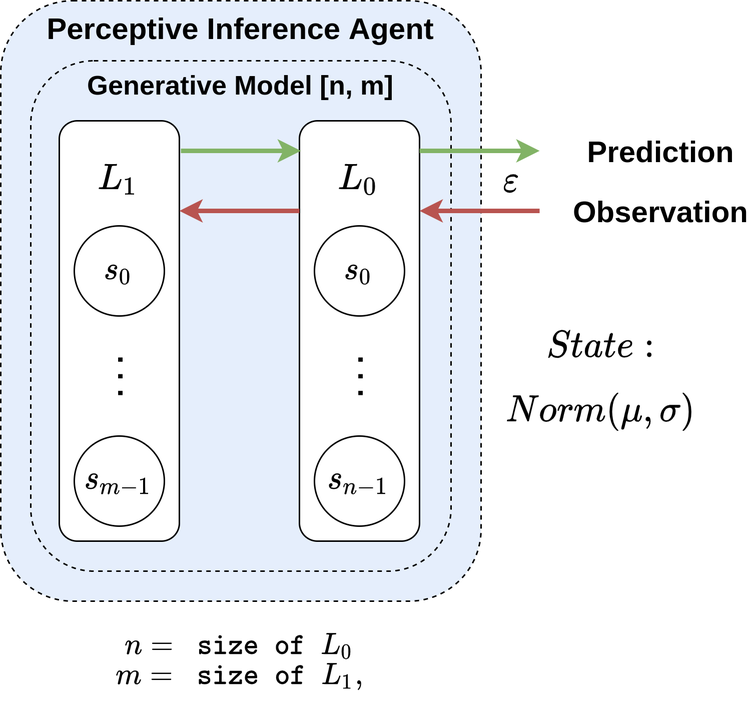
Before: figures/temporal_agent_1.png, a diagram exported from draw.io (DamyHillen/bachelor_thesis). Source tidied: cells renumbered, new cells last; positions are measured from the earlier drawing's top-left corner, leaving out a move shared by most shapes. Its diagram source:
```xml
<mxGraphModel math="1">
  <root>
    <mxCell id="0" />
    <mxCell id="1" parent="0" />
    <mxCell id="2" value="&lt;b&gt;Perceptive Inference Agent&lt;/b&gt;" style="rounded=1;whiteSpace=wrap;html=1;dashed=1;fontSize=20;fontColor=none;strokeColor=#000000;strokeWidth=1;fillColor=#E5EEFC;verticalAlign=top;" parent="1" vertex="1">
      <mxGeometry width="320" height="400" as="geometry" />
    </mxCell>
    <mxCell id="3" value="&lt;b style=&quot;font-size: 18px&quot;&gt;Generative Model [n, m]&lt;/b&gt;" style="rounded=1;whiteSpace=wrap;html=1;dashed=1;fontSize=18;fontColor=none;strokeColor=#000000;strokeWidth=1;fillColor=#E5EEFC;verticalAlign=top;" parent="1" vertex="1">
      <mxGeometry x="20" y="40" width="280" height="340" as="geometry" />
    </mxCell>
    <mxCell id="4" value="&lt;font style=&quot;font-size: 20px&quot;&gt;$$L_1$$&lt;/font&gt;" style="rounded=1;whiteSpace=wrap;html=1;verticalAlign=top;" parent="1" vertex="1">
      <mxGeometry x="39" y="80" width="80" height="280" as="geometry" />
    </mxCell>
    <mxCell id="5" value="&lt;b&gt;&lt;font style=&quot;font-size: 20px&quot;&gt;$$L_0$$&lt;/font&gt;&lt;/b&gt;" style="rounded=1;whiteSpace=wrap;html=1;verticalAlign=top;" parent="1" vertex="1">
      <mxGeometry x="199" y="80" width="80" height="280" as="geometry" />
    </mxCell>
    <mxCell id="6" style="endArrow=classic;html=1;strokeWidth=3;fillColor=#d5e8d4;strokeColor=#82b366;" parent="1" edge="1">
      <mxGeometry x="320" y="-60" as="geometry">
        <mxPoint x="120" y="100" as="sourcePoint" />
        <mxPoint x="200" y="100" as="targetPoint" />
      </mxGeometry>
    </mxCell>
    <mxCell id="7" style="endArrow=classic;html=1;strokeWidth=3;fillColor=#f8cecc;strokeColor=#b85450;" parent="1" edge="1">
      <mxGeometry x="319" y="21" as="geometry">
        <mxPoint x="199" y="140" as="sourcePoint" />
        <mxPoint x="119" y="140" as="targetPoint" />
      </mxGeometry>
    </mxCell>
    <mxCell id="8" style="endArrow=classic;html=1;strokeWidth=3;fillColor=#d5e8d4;strokeColor=#82b366;" parent="1" edge="1">
      <mxGeometry x="479" y="-80" as="geometry">
        <mxPoint x="279" y="100" as="sourcePoint" />
        <mxPoint x="359" y="100" as="targetPoint" />
      </mxGeometry>
    </mxCell>
    <mxCell id="9" value="&lt;font style=&quot;font-size: 20px&quot;&gt;&lt;b&gt;Prediction&lt;/b&gt;&lt;/font&gt;" style="text;html=1;strokeColor=none;fillColor=none;align=center;verticalAlign=middle;whiteSpace=wrap;rounded=0;dashed=1;rotation=0;" parent="1" vertex="1">
      <mxGeometry x="380" y="90" width="120" height="20" as="geometry" />
    </mxCell>
    <mxCell id="10" value="&lt;font style=&quot;font-size: 20px&quot;&gt;&lt;b&gt;Observation&lt;br&gt;&lt;/b&gt;&lt;/font&gt;" style="text;html=1;strokeColor=none;fillColor=none;align=center;verticalAlign=middle;whiteSpace=wrap;rounded=0;dashed=1;rotation=0;" parent="1" vertex="1">
      <mxGeometry x="380" y="130" width="120" height="20" as="geometry" />
    </mxCell>
    <mxCell id="11" value="$$\varepsilon$$" style="endArrow=classic;html=1;strokeWidth=3;fillColor=#f8cecc;strokeColor=#b85450;fontStyle=1;fontSize=20;labelBackgroundColor=none;" parent="1" edge="1">
      <mxGeometry y="-100" as="geometry">
        <mxPoint x="359" y="140" as="sourcePoint" />
        <mxPoint x="279" y="140" as="targetPoint" />
        <mxPoint x="21" y="-20" as="offset" />
      </mxGeometry>
    </mxCell>
    <mxCell id="12" value="$$s_0$$" style="ellipse;whiteSpace=wrap;html=1;fontSize=18;strokeWidth=1;" parent="1" vertex="1">
      <mxGeometry x="49" y="150" width="60" height="60" as="geometry" />
    </mxCell>
    <mxCell id="13" value="$$s_{m-1}$$" style="ellipse;whiteSpace=wrap;html=1;fontSize=18;strokeWidth=1;" parent="1" vertex="1">
      <mxGeometry x="49" y="290" width="60" height="60" as="geometry" />
    </mxCell>
    <mxCell id="14" value="$$s_0$$" style="ellipse;whiteSpace=wrap;html=1;fontSize=18;strokeWidth=1;" parent="1" vertex="1">
      <mxGeometry x="209" y="150" width="60" height="60" as="geometry" />
    </mxCell>
    <mxCell id="15" value="$$s_{n-1}$$" style="ellipse;whiteSpace=wrap;html=1;fontSize=18;strokeWidth=1;" parent="1" vertex="1">
      <mxGeometry x="209" y="290" width="60" height="60" as="geometry" />
    </mxCell>
    <mxCell id="16" value="&lt;b style=&quot;font-size: 20px;&quot;&gt;&lt;font style=&quot;font-size: 20px;&quot;&gt;. . .&lt;/font&gt;&lt;/b&gt;" style="text;html=1;align=center;verticalAlign=middle;strokeColor=none;rotation=-90;fontSize=20;" parent="1" vertex="1">
      <mxGeometry x="54" y="236.2" width="40" height="30" as="geometry" />
    </mxCell>
    <mxCell id="17" value="&lt;b style=&quot;font-size: 20px;&quot;&gt;&lt;font style=&quot;font-size: 20px;&quot;&gt;. . .&lt;/font&gt;&lt;/b&gt;" style="text;html=1;align=center;verticalAlign=middle;strokeColor=none;rotation=-90;fontSize=20;" parent="1" vertex="1">
      <mxGeometry x="214" y="236.2" width="40" height="30" as="geometry" />
    </mxCell>
    <mxCell id="18" value="$$m = \texttt{ size of } L_1,$$" style="text;html=1;strokeColor=none;fillColor=none;align=center;verticalAlign=middle;whiteSpace=wrap;rounded=0;fontSize=16;fontColor=none;" parent="1" vertex="1">
      <mxGeometry x="39" y="440" width="241" height="20" as="geometry" />
    </mxCell>
    <mxCell id="19" value="&lt;meta charset=&quot;utf-8&quot;&gt;&lt;span style=&quot;color: rgb(0, 0, 0); font-family: helvetica; font-size: 16px; font-style: normal; font-weight: 400; letter-spacing: normal; text-align: center; text-indent: 0px; text-transform: none; word-spacing: 0px; background-color: rgb(248, 249, 250); display: inline; float: none;&quot;&gt;$$n= \texttt{ size of } L_0$$&lt;/span&gt;" style="text;html=1;strokeColor=none;fillColor=none;align=center;verticalAlign=middle;whiteSpace=wrap;rounded=0;fontSize=16;fontColor=none;" parent="1" vertex="1">
      <mxGeometry x="39" y="420" width="241" height="20" as="geometry" />
    </mxCell>
    <mxCell id="20" value="$$Norm(\mu, \sigma)$$" style="text;html=1;strokeColor=none;fillColor=none;align=center;verticalAlign=middle;whiteSpace=wrap;rounded=0;labelBackgroundColor=none;fontSize=20;fontColor=none;" parent="1" vertex="1">
      <mxGeometry x="380" y="264.3" width="40" height="20" as="geometry" />
    </mxCell>
    <mxCell id="21" value="$$State:$$" style="text;html=1;strokeColor=none;fillColor=none;align=center;verticalAlign=middle;whiteSpace=wrap;rounded=0;labelBackgroundColor=none;fontSize=20;fontColor=none;" parent="1" vertex="1">
      <mxGeometry x="380" y="220.1" width="40" height="20" as="geometry" />
    </mxCell>
  </root>
</mxGraphModel>
```
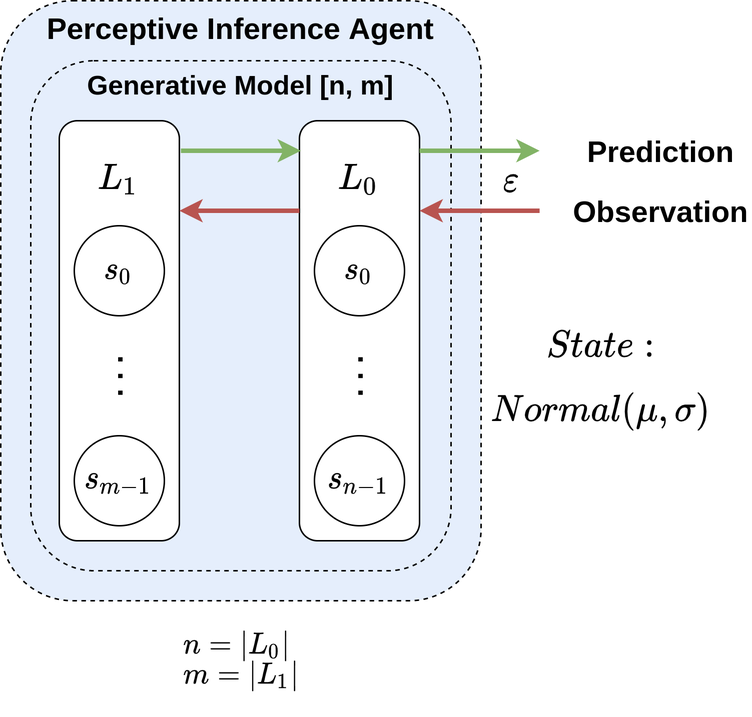
Later version of the same file.

Diff of the diagram source:
```diff
@@ -63,13 +63,13 @@
     <mxCell id="17" value="&lt;b style=&quot;font-size: 20px;&quot;&gt;&lt;font style=&quot;font-size: 20px;&quot;&gt;. . .&lt;/font&gt;&lt;/b&gt;" style="text;html=1;align=center;verticalAlign=middle;strokeColor=none;rotation=-90;fontSize=20;" parent="1" vertex="1">
       <mxGeometry x="214" y="236.2" width="40" height="30" as="geometry" />
     </mxCell>
-    <mxCell id="18" value="$$m = \texttt{ size of } L_1,$$" style="text;html=1;strokeColor=none;fillColor=none;align=center;verticalAlign=middle;whiteSpace=wrap;rounded=0;fontSize=16;fontColor=none;" parent="1" vertex="1">
-      <mxGeometry x="39" y="440" width="241" height="20" as="geometry" />
+    <mxCell id="18" value="$$m = |L_1|$$" style="text;html=1;strokeColor=none;fillColor=none;align=left;verticalAlign=middle;whiteSpace=wrap;rounded=0;fontSize=16;fontColor=none;" parent="1" vertex="1">
+      <mxGeometry x="120" y="440" width="80" height="20" as="geometry" />
     </mxCell>
-    <mxCell id="19" value="&lt;meta charset=&quot;utf-8&quot;&gt;&lt;span style=&quot;color: rgb(0, 0, 0); font-family: helvetica; font-size: 16px; font-style: normal; font-weight: 400; letter-spacing: normal; text-align: center; text-indent: 0px; text-transform: none; word-spacing: 0px; background-color: rgb(248, 249, 250); display: inline; float: none;&quot;&gt;$$n= \texttt{ size of } L_0$$&lt;/span&gt;" style="text;html=1;strokeColor=none;fillColor=none;align=center;verticalAlign=middle;whiteSpace=wrap;rounded=0;fontSize=16;fontColor=none;" parent="1" vertex="1">
-      <mxGeometry x="39" y="420" width="241" height="20" as="geometry" />
+    <mxCell id="19" value="&lt;span style=&quot;color: rgb(0, 0, 0); font-family: helvetica; font-size: 16px; font-style: normal; font-weight: 400; letter-spacing: normal; text-indent: 0px; text-transform: none; word-spacing: 0px; background-color: rgb(248, 249, 250); display: inline; float: none;&quot;&gt;$$n=&amp;nbsp; |L_0|$$&lt;/span&gt;" style="text;html=1;strokeColor=none;fillColor=none;align=left;verticalAlign=middle;whiteSpace=wrap;rounded=0;fontSize=16;fontColor=none;" parent="1" vertex="1">
+      <mxGeometry x="120" y="420" width="80" height="20" as="geometry" />
     </mxCell>
-    <mxCell id="20" value="$$Norm(\mu, \sigma)$$" style="text;html=1;strokeColor=none;fillColor=none;align=center;verticalAlign=middle;whiteSpace=wrap;rounded=0;labelBackgroundColor=none;fontSize=20;fontColor=none;" parent="1" vertex="1">
+    <mxCell id="20" value="$$Normal(\mu, \sigma)$$" style="text;html=1;strokeColor=none;fillColor=none;align=center;verticalAlign=middle;whiteSpace=wrap;rounded=0;labelBackgroundColor=none;fontSize=20;fontColor=none;" parent="1" vertex="1">
       <mxGeometry x="380" y="264.3" width="40" height="20" as="geometry" />
     </mxCell>
     <mxCell id="21" value="$$State:$$" style="text;html=1;strokeColor=none;fillColor=none;align=center;verticalAlign=middle;whiteSpace=wrap;rounded=0;labelBackgroundColor=none;fontSize=20;fontColor=none;" parent="1" vertex="1">
```
